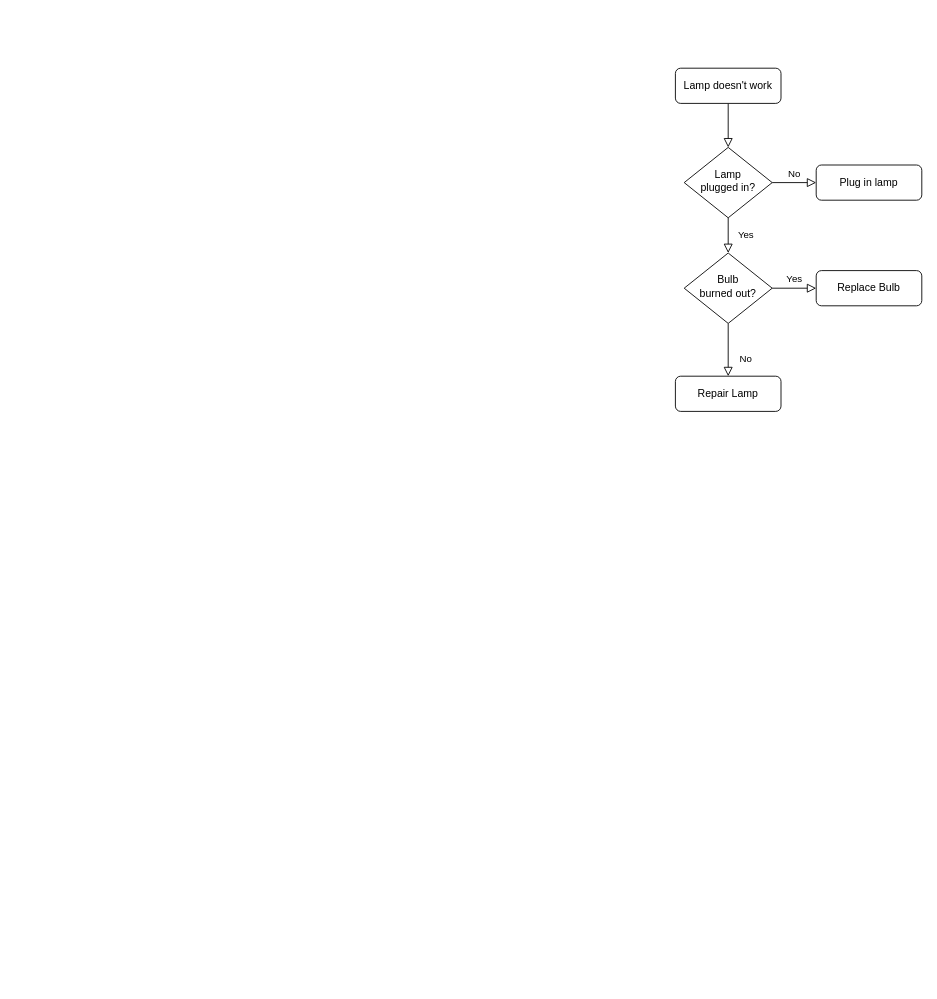
dibovdmitry/Laba_4 keeps this draw.io diagram as Primer4.drawio. Above is the earlier version. Source tidied: cells renumbered, new cells numbered last; positions are measured from the earlier drawing's top-left corner, leaving out a move shared by most shapes. Both pictures are drawn from the tidied source at 88%, with x=0, y=0 at pixel (675, 68).
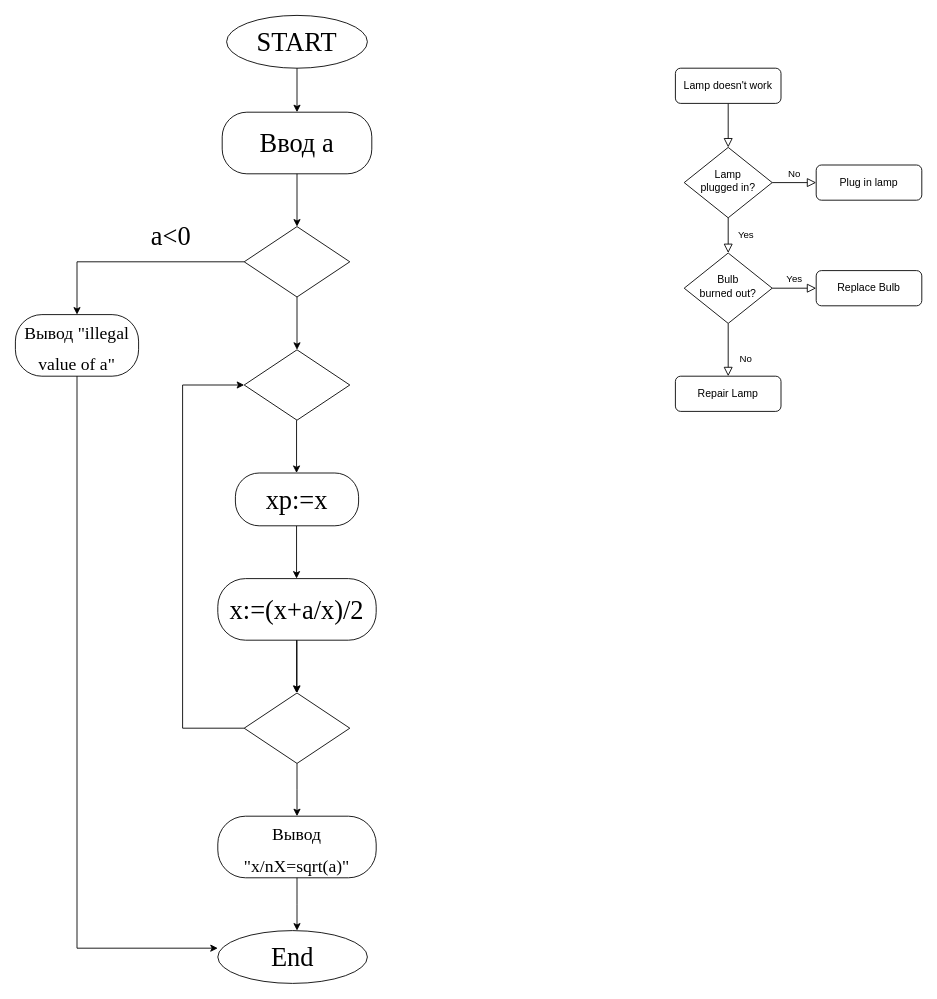
The same page after the edit.

Change to the diagram source:
```diff
@@
+    <mxCell id="13" value="&lt;font style=&quot;font-size: 30px&quot;&gt;START&lt;/font&gt;" style="ellipse;whiteSpace=wrap;html=1;fontFamily=Times New Roman;fontSize=30;" parent="1" vertex="1">
+      <mxGeometry x="-510" y="-60" width="160" height="60" as="geometry" />
+    </mxCell>
+    <mxCell id="14" style="endArrow=classic;html=1;fontFamily=Times New Roman;fontSize=30;exitX=0.5;exitY=1;exitDx=0;exitDy=0;" parent="1" edge="1" source="13">
+      <mxGeometry relative="1" as="geometry">
+        <mxPoint x="-430" y="50" as="targetPoint" />
+      </mxGeometry>
+    </mxCell>
+    <mxCell id="15" value="Ввод a" style="rounded=1;whiteSpace=wrap;html=1;fontFamily=Times New Roman;fontSize=30;arcSize=40;" parent="1" vertex="1">
+      <mxGeometry x="-515" y="50" width="170" height="70" as="geometry" />
+    </mxCell>
+    <mxCell id="16" style="rhombus;whiteSpace=wrap;html=1;fontFamily=Times New Roman;fontSize=30;" parent="1" vertex="1">
+      <mxGeometry x="-490" y="180" width="120" height="80" as="geometry" />
+    </mxCell>
+    <mxCell id="17" style="endArrow=classic;html=1;fontFamily=Times New Roman;fontSize=30;exitX=0.5;exitY=1;exitDx=0;exitDy=0;entryX=0.5;entryY=0;entryDx=0;entryDy=0;" parent="1" edge="1" source="15" target="16">
+      <mxGeometry relative="1" as="geometry" />
+    </mxCell>
+    <mxCell id="18" style="endArrow=classic;html=1;fontFamily=Times New Roman;fontSize=30;" parent="1" edge="1">
+      <mxGeometry relative="1" as="geometry">
+        <mxPoint x="-680" y="220" as="sourcePoint" />
+        <mxPoint x="-680" y="280" as="targetPoint" />
+      </mxGeometry>
+    </mxCell>
+    <mxCell id="19" value="&lt;span style=&quot;font-size: 20px&quot;&gt;Вывод &quot;illegal value of a&quot;&lt;/span&gt;" style="rounded=1;whiteSpace=wrap;html=1;fontFamily=Times New Roman;fontSize=30;arcSize=43;" parent="1" vertex="1">
+      <mxGeometry x="-750" y="280" width="140" height="70" as="geometry" />
+    </mxCell>
+    <mxCell id="20" style="endArrow=classic;html=1;fontFamily=Times New Roman;fontSize=30;exitX=0.5;exitY=1;exitDx=0;exitDy=0;" parent="1" edge="1" source="16">
+      <mxGeometry relative="1" as="geometry">
+        <mxPoint x="-430" y="320" as="targetPoint" />
+      </mxGeometry>
+    </mxCell>
+    <mxCell id="21" style="edgeStyle=orthogonalEdgeStyle;rounded=0;jettySize=auto;html=1;fontFamily=Times New Roman;fontSize=30;" parent="1" edge="1" source="22" target="28">
+      <mxGeometry relative="1" as="geometry" />
+    </mxCell>
+    <mxCell id="22" value="x:=(x+a/x)/2" style="rounded=1;whiteSpace=wrap;html=1;fontFamily=Times New Roman;fontSize=30;arcSize=45;" parent="1" vertex="1">
+      <mxGeometry x="-520" y="580" width="180" height="70" as="geometry" />
+    </mxCell>
+    <mxCell id="23" value="a&amp;lt;0" style="text;html=1;strokeColor=none;fillColor=none;align=center;verticalAlign=middle;whiteSpace=wrap;rounded=0;fontFamily=Times New Roman;fontSize=30;" parent="1" vertex="1">
+      <mxGeometry x="-593" y="180" width="40" height="20" as="geometry" />
+    </mxCell>
+    <mxCell id="24" style="endArrow=none;html=1;fontFamily=Times New Roman;fontSize=30;exitX=0;exitY=0.5;exitDx=0;exitDy=0;" parent="1" edge="1" source="16">
+      <mxGeometry relative="1" as="geometry">
+        <mxPoint x="-680" y="220" as="targetPoint" />
+      </mxGeometry>
+    </mxCell>
+    <mxCell id="25" style="endArrow=classic;html=1;fontFamily=Times New Roman;fontSize=30;exitX=0.5;exitY=1;exitDx=0;exitDy=0;" parent="1" edge="1">
+      <mxGeometry relative="1" as="geometry">
+        <mxPoint x="-430.5" y="520" as="sourcePoint" />
+        <mxPoint x="-430.5" y="580" as="targetPoint" />
+      </mxGeometry>
+    </mxCell>
+    <mxCell id="26" value="xp:=x" style="rounded=1;whiteSpace=wrap;html=1;fontFamily=Times New Roman;fontSize=30;arcSize=45;" parent="1" vertex="1">
+      <mxGeometry x="-500" y="460" width="140" height="60" as="geometry" />
+    </mxCell>
+    <mxCell id="27" style="endArrow=classic;html=1;fontFamily=Times New Roman;fontSize=30;exitX=0.5;exitY=1;exitDx=0;exitDy=0;" parent="1" edge="1">
+      <mxGeometry relative="1" as="geometry">
+        <mxPoint x="-430.5" y="650" as="sourcePoint" />
+        <mxPoint x="-430.5" y="710" as="targetPoint" />
+      </mxGeometry>
+    </mxCell>
+    <mxCell id="28" style="rhombus;whiteSpace=wrap;html=1;fontFamily=Times New Roman;fontSize=30;" parent="1" vertex="1">
+      <mxGeometry x="-490" y="710" width="120" height="80" as="geometry" />
+    </mxCell>
+    <mxCell id="29" style="rhombus;whiteSpace=wrap;html=1;fontFamily=Times New Roman;fontSize=30;" parent="1" vertex="1">
+      <mxGeometry x="-490" y="320" width="120" height="80" as="geometry" />
+    </mxCell>
+    <mxCell id="30" style="endArrow=classic;html=1;fontFamily=Times New Roman;fontSize=30;exitX=0.5;exitY=1;exitDx=0;exitDy=0;" parent="1" edge="1">
+      <mxGeometry relative="1" as="geometry">
+        <mxPoint x="-430.5" y="400" as="sourcePoint" />
+        <mxPoint x="-430.5" y="460" as="targetPoint" />
+      </mxGeometry>
+    </mxCell>
+    <mxCell id="31" style="endArrow=none;html=1;fontFamily=Times New Roman;fontSize=30;" parent="1" edge="1">
+      <mxGeometry relative="1" as="geometry">
+        <mxPoint x="-560" y="750" as="sourcePoint" />
+        <mxPoint x="-490" y="750" as="targetPoint" />
+      </mxGeometry>
+    </mxCell>
+    <mxCell id="32" style="endArrow=none;html=1;fontFamily=Times New Roman;fontSize=30;" parent="1" edge="1">
+      <mxGeometry relative="1" as="geometry">
+        <mxPoint x="-560" y="750" as="sourcePoint" />
+        <mxPoint x="-560" y="360" as="targetPoint" />
+      </mxGeometry>
+    </mxCell>
+    <mxCell id="33" style="endArrow=classic;html=1;fontFamily=Times New Roman;fontSize=30;entryX=0;entryY=0.5;entryDx=0;entryDy=0;" parent="1" edge="1" target="29">
+      <mxGeometry relative="1" as="geometry">
+        <mxPoint x="-560" y="360" as="sourcePoint" />
+      </mxGeometry>
+    </mxCell>
+    <mxCell id="34" style="edgeStyle=orthogonalEdgeStyle;rounded=0;jettySize=auto;html=1;fontFamily=Times New Roman;fontSize=30;exitX=0.5;exitY=1;exitDx=0;exitDy=0;" parent="1" edge="1" source="28">
+      <mxGeometry relative="1" as="geometry">
+        <mxPoint x="-430" y="850" as="targetPoint" />
+      </mxGeometry>
+    </mxCell>
+    <mxCell id="35" value="&lt;font style=&quot;font-size: 20px&quot;&gt;Вывод &quot;x/nX=sqrt(a)&quot;&lt;/font&gt;" style="rounded=1;whiteSpace=wrap;html=1;fontFamily=Times New Roman;fontSize=30;arcSize=45;" parent="1" vertex="1">
+      <mxGeometry x="-520" y="850" width="180" height="70" as="geometry" />
+    </mxCell>
+    <mxCell id="36" style="edgeStyle=orthogonalEdgeStyle;rounded=0;jettySize=auto;html=1;fontFamily=Times New Roman;fontSize=30;exitX=0.5;exitY=1;exitDx=0;exitDy=0;" parent="1" edge="1" source="35">
+      <mxGeometry relative="1" as="geometry">
+        <mxPoint x="-430" y="980" as="targetPoint" />
+      </mxGeometry>
+    </mxCell>
+    <mxCell id="37" value="End" style="ellipse;whiteSpace=wrap;html=1;fontFamily=Times New Roman;fontSize=30;" parent="1" vertex="1">
+      <mxGeometry x="-520" y="980" width="170" height="60" as="geometry" />
+    </mxCell>
+    <mxCell id="38" style="endArrow=none;html=1;fontFamily=Times New Roman;fontSize=30;" parent="1" edge="1">
+      <mxGeometry relative="1" as="geometry">
+        <mxPoint x="-680" y="1000" as="sourcePoint" />
+        <mxPoint x="-680" y="350" as="targetPoint" />
+      </mxGeometry>
+    </mxCell>
+    <mxCell id="39" style="endArrow=classic;html=1;fontFamily=Times New Roman;fontSize=30;entryX=0;entryY=0.333;entryDx=0;entryDy=0;entryPerimeter=0;" parent="1" edge="1" target="37">
+      <mxGeometry relative="1" as="geometry">
+        <mxPoint x="-680" y="1000" as="sourcePoint" />
+      </mxGeometry>
+    </mxCell>
```
